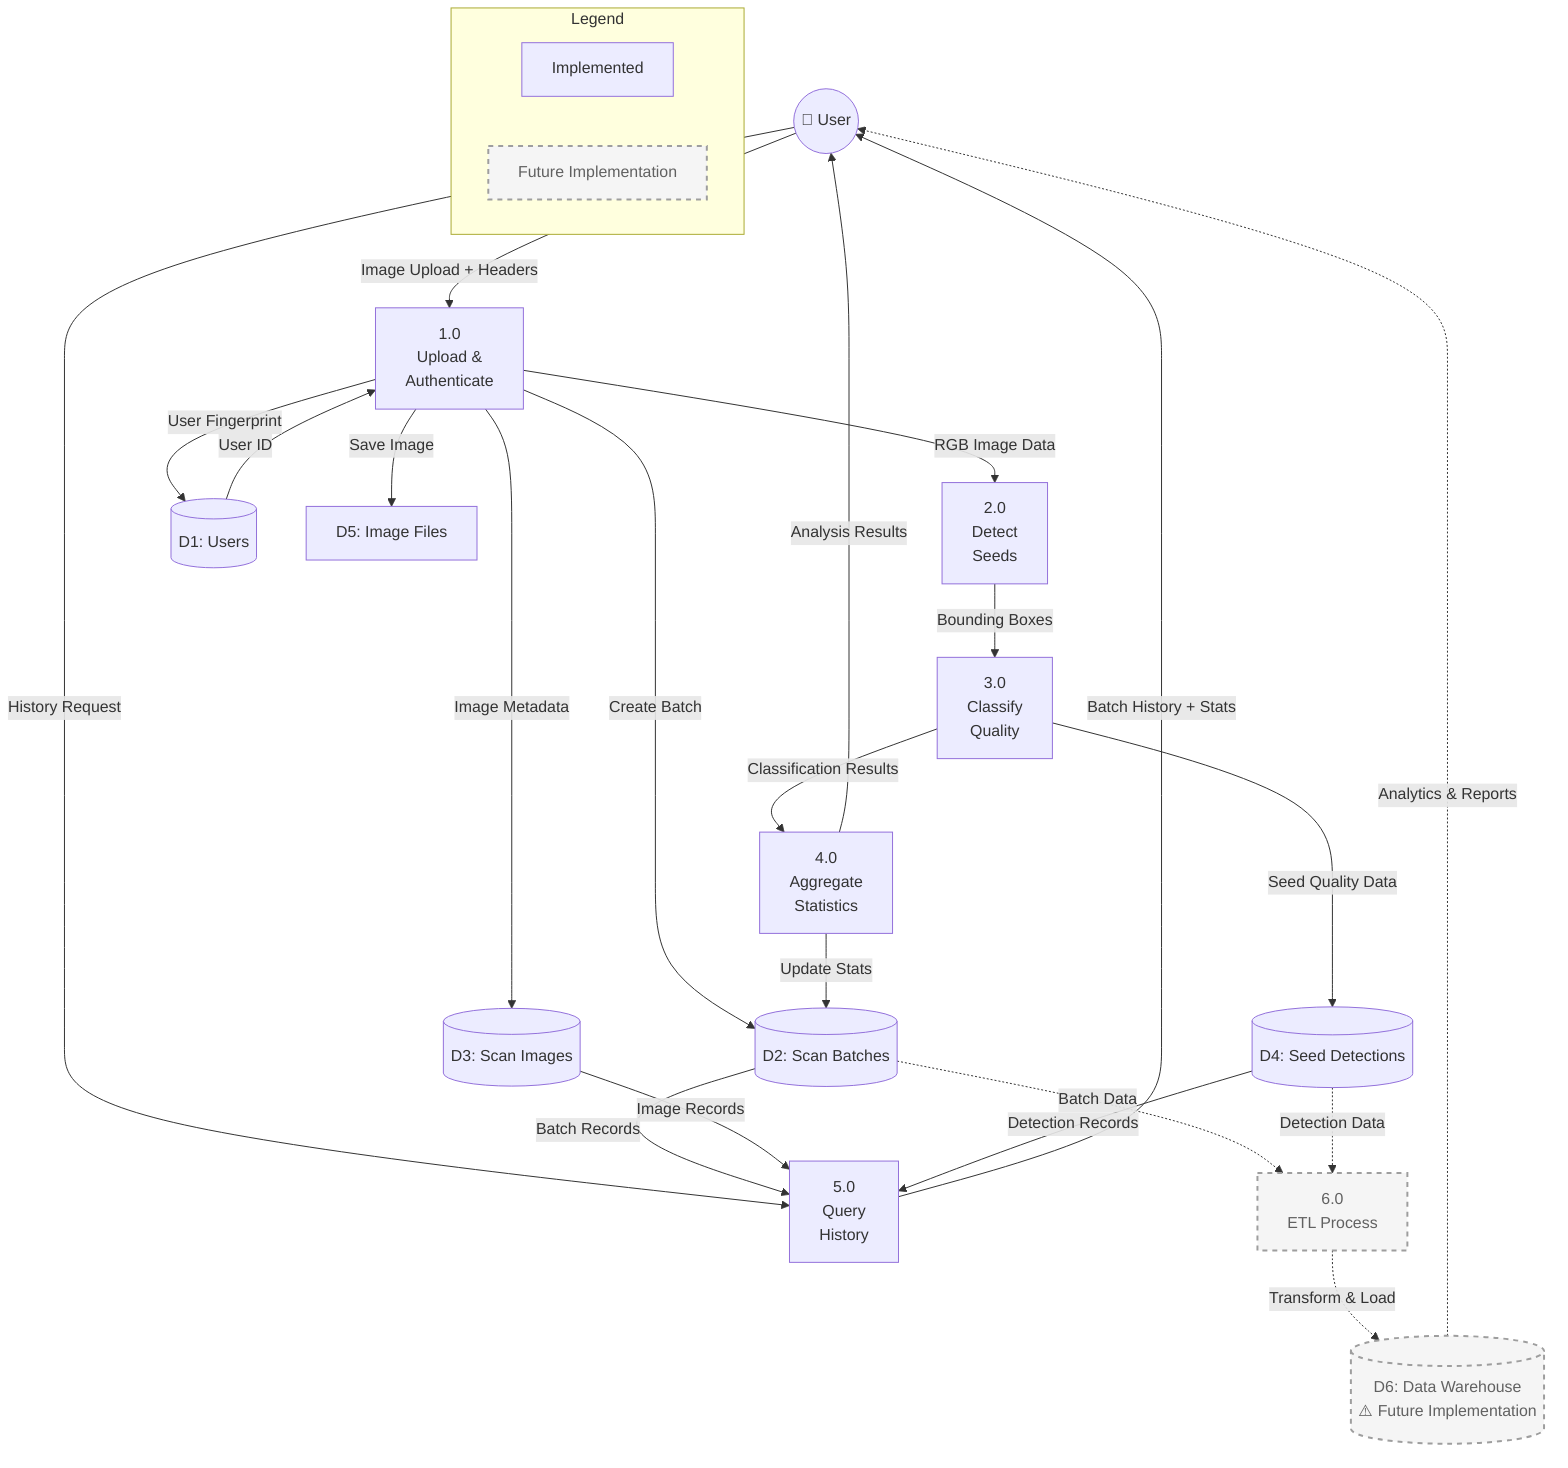
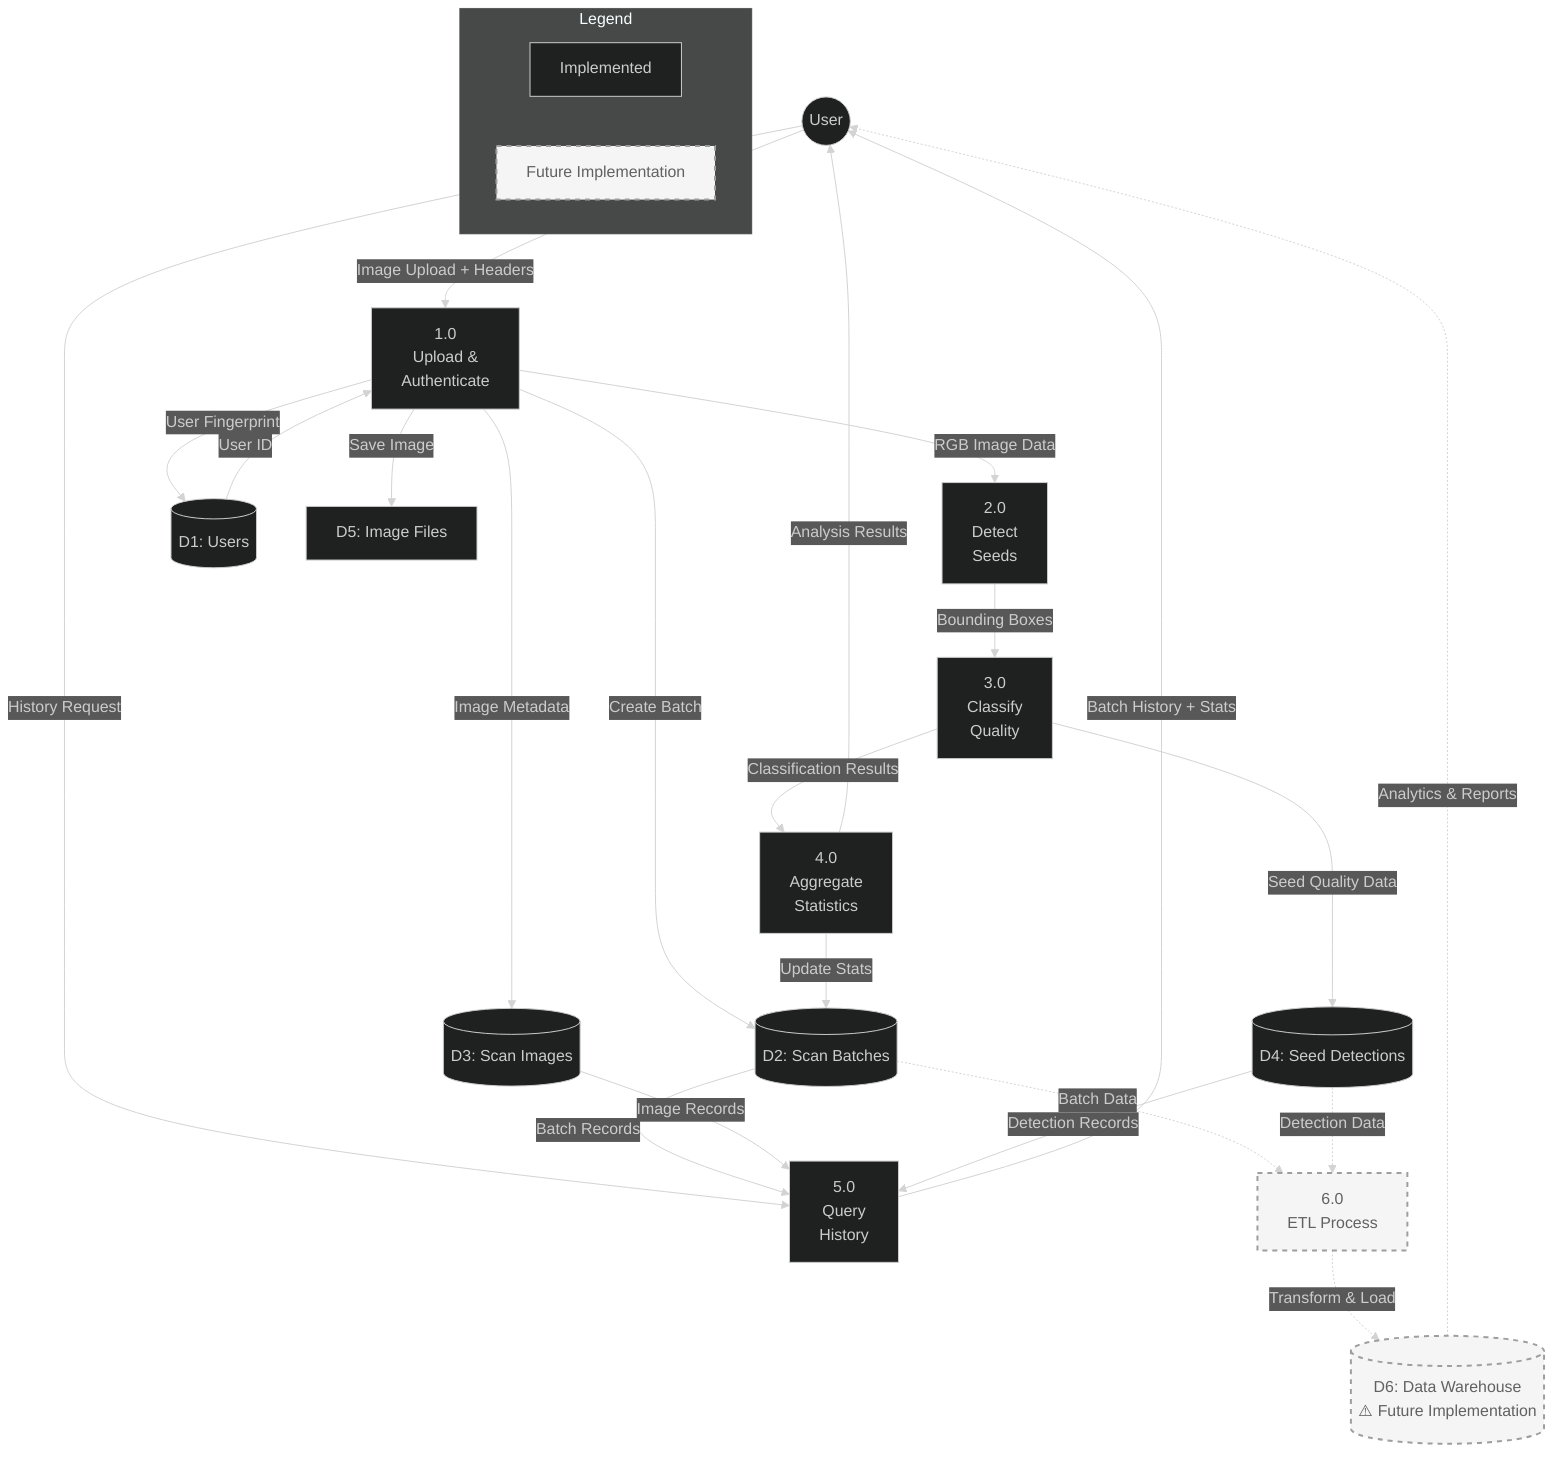
+ ---
+ config:
+   theme: dark
+   layout: dagre
+ ---
flowchart TB
    %% External Entities
-     User((👤 User))
+     User((User))

    %% Processes
    P1[1.0<br/>Upload &<br/>Authenticate]
    P2[2.0<br/>Detect<br/>Seeds]
    P3[3.0<br/>Classify<br/>Quality]
    P4[4.0<br/>Aggregate<br/>Statistics]
    P5[5.0<br/>Query<br/>History]

    %% ============================================
    %% FUTURE: Data Warehouse (Not Yet Implemented)
    %% ============================================
    P6[6.0<br/>ETL Process]:::future

    %% Data Stores
    D1[(D1: Users)]
    D2[(D2: Scan Batches)]
    D3[(D3: Scan Images)]
    D4[(D4: Seed Detections)]
    D5[D5: Image Files]

    %% ============================================
    %% FUTURE: Data Warehouse (Not Yet Implemented)
    %% ============================================
    DW[(D6: Data Warehouse<br/>⚠️ Future Implementation)]:::future

    %% User Interactions
    User -->|Image Upload + Headers| P1
    User -->|History Request| P5
    P4 -->|Analysis Results| User
    P5 -->|Batch History + Stats| User

    %% Process 1: Upload & Authenticate
    P1 -->|User Fingerprint| D1
    D1 -->|User ID| P1
    P1 -->|Create Batch| D2
    P1 -->|Save Image| D5
    P1 -->|Image Metadata| D3
    P1 -->|RGB Image Data| P2

    %% Process 2: Detection
    P2 -->|Bounding Boxes| P3

    %% Process 3: Classification
    P3 -->|Seed Quality Data| D4
    P3 -->|Classification Results| P4

    %% Process 4: Aggregate
    P4 -->|Update Stats| D2

    %% Process 5: Query History
    D2 -->|Batch Records| P5
    D3 -->|Image Records| P5
    D4 -->|Detection Records| P5

    %% ============================================
    %% FUTURE: ETL to Data Warehouse
    %% (Not Yet Implemented in Current Version)
    %% Planned for analytics, reporting, and ML retraining
    %% ============================================
    D2 -.->|Batch Data| P6
    D4 -.->|Detection Data| P6
    P6 -.->|Transform & Load| DW
    DW -.->|Analytics & Reports| User

    %% Styling
    classDef future fill:#f5f5f5,stroke:#9e9e9e,stroke-width:2px,stroke-dasharray: 5 5,color:#616161

    %% Legend
    subgraph Legend
        direction LR
        L1[Implemented]
        L2[Future Implementation]:::future
    end
